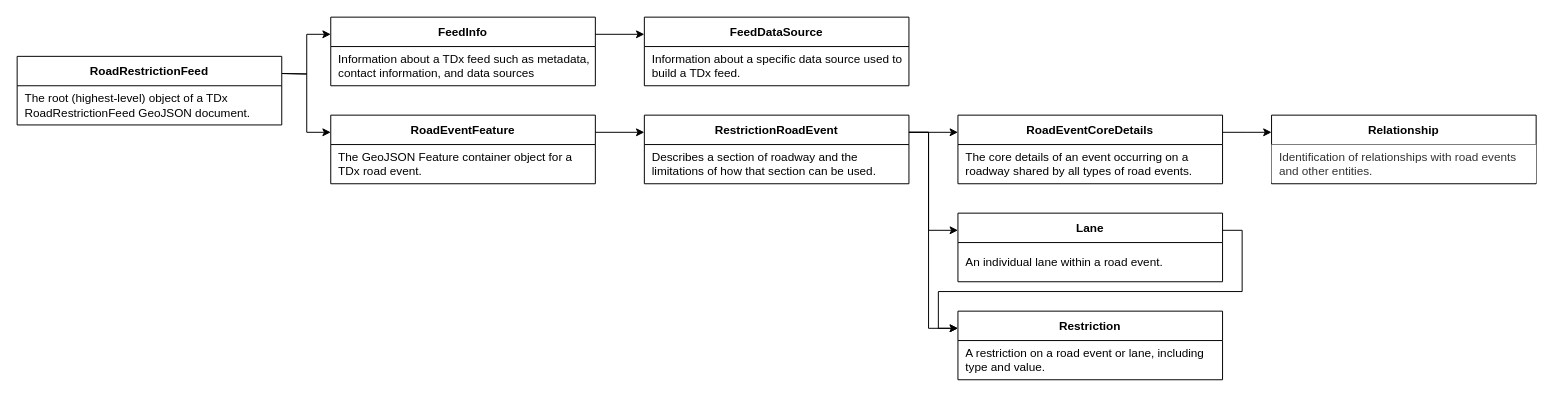
usdot-jpo-ode/TDx keeps this draw.io diagram as images/TDx_RoadRestrictionFeed_object_diagram.drawio. Above is the earlier version. Source tidied: cells renumbered, new cells numbered last; positions are measured from the earlier drawing's top-left corner, leaving out a move shared by most shapes. Both pictures are drawn from the tidied source at 98%, with x=0, y=0 at pixel (17, 17).
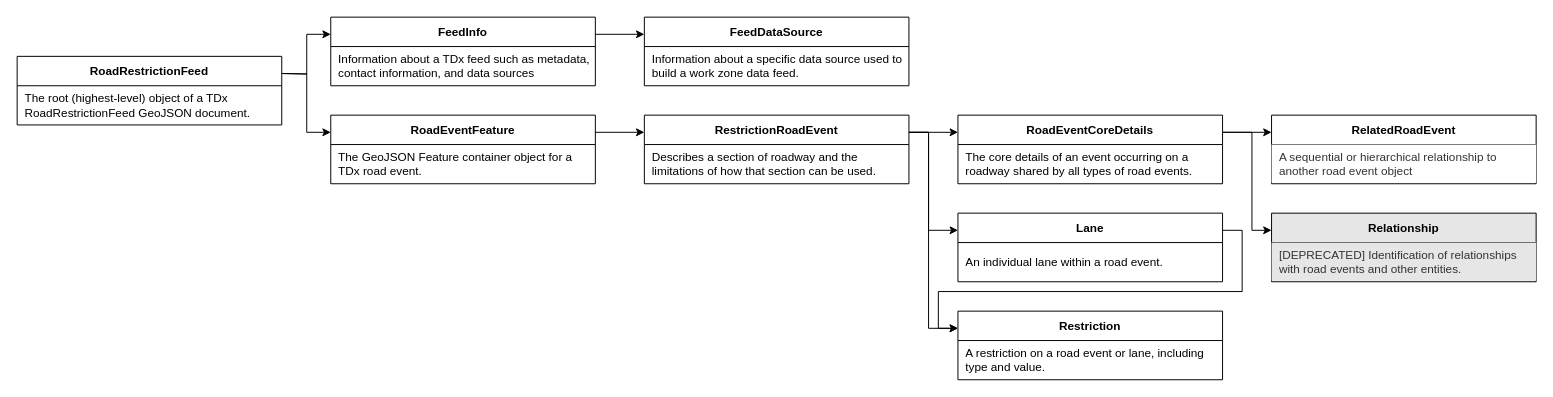
The same diagram, later.

Unchanged cells that the change refers to:
```xml
<mxCell id="11" style="shape=partialRectangle;fillColor=none;top=0;left=0;right=0;bottom=0;" parent="10" vertex="1">
  <mxGeometry y="30" width="270" height="39" as="geometry" />
</mxCell>
<mxCell id="16" value="RoadEventCoreDetails" style="shape=table;startSize=30;childLayout=tableLayout;rowLines=0;fontStyle=1;align=center;" parent="1" vertex="1">
  <mxGeometry x="960" y="100" width="270" height="70" as="geometry" />
</mxCell>
<mxCell id="26" style="shape=partialRectangle;fillColor=none;top=0;left=0;right=0;bottom=0;" parent="25" vertex="1">
  <mxGeometry y="30" width="270" height="39" as="geometry" />
</mxCell>
```

What changed in the source:
```diff
@@
-    <mxCell id="12" value="Information about a specific data source used to build a TDx feed." style="shape=partialRectangle;overflow=hidden;top=0;left=0;bottom=0;right=0;align=left;spacingLeft=6;fontStyle=0;strokeColor=#d6b656;fillColor=none;whiteSpace=wrap;" parent="11" vertex="1">
+    <mxCell id="12" value="Information about a specific data source used to build a work zone data feed." style="shape=partialRectangle;overflow=hidden;top=0;left=0;bottom=0;right=0;align=left;spacingLeft=6;fontStyle=0;strokeColor=#d6b656;fillColor=none;whiteSpace=wrap;" parent="11" vertex="1">
       <mxGeometry width="270" height="39" as="geometry" />
     </mxCell>
@@
-    <mxCell id="25" value="Relationship" style="shape=table;startSize=30;childLayout=tableLayout;rowLines=0;fontStyle=1;align=center;fillColor=#FFFFFF;" parent="1" vertex="1">
+    <mxCell id="25" value="RelatedRoadEvent" style="shape=table;startSize=30;childLayout=tableLayout;rowLines=0;fontStyle=1;align=center;fillColor=#FFFFFF;" parent="1" vertex="1">
       <mxGeometry x="1280" y="100" width="270" height="70" as="geometry" />
     </mxCell>
@@
-    <mxCell id="27" value="Identification of relationships with road events and other entities." style="shape=partialRectangle;overflow=hidden;top=0;left=0;bottom=0;right=0;align=left;spacingLeft=6;fontStyle=0;strokeColor=#666666;fillColor=#FFFFFF;whiteSpace=wrap;fontColor=#333333;" parent="26" vertex="1">
+    <mxCell id="27" value="A sequential or hierarchical relationship to another road event object" style="shape=partialRectangle;overflow=hidden;top=0;left=0;bottom=0;right=0;align=left;spacingLeft=6;fontStyle=0;strokeColor=#666666;fillColor=#FFFFFF;whiteSpace=wrap;fontColor=#333333;" parent="26" vertex="1">
       <mxGeometry width="270" height="39" as="geometry" />
     </mxCell>
@@
+    <mxCell id="39" value="Relationship" style="shape=table;startSize=30;childLayout=tableLayout;rowLines=0;fontStyle=1;align=center;fillColor=#E6E6E6;" parent="1" vertex="1">
+      <mxGeometry x="1280" y="200" width="270" height="70" as="geometry" />
+    </mxCell>
+    <mxCell id="40" style="shape=partialRectangle;fillColor=none;top=0;left=0;right=0;bottom=0;" parent="39" vertex="1">
+      <mxGeometry y="30" width="270" height="39" as="geometry" />
+    </mxCell>
+    <mxCell id="41" value="[DEPRECATED] Identification of relationships with road events and other entities." style="shape=partialRectangle;overflow=hidden;top=0;left=0;bottom=0;right=0;align=left;spacingLeft=6;fontStyle=0;strokeColor=#666666;fillColor=#E6E6E6;whiteSpace=wrap;fontColor=#333333;" parent="40" vertex="1">
+      <mxGeometry width="270" height="39" as="geometry" />
+    </mxCell>
+    <mxCell id="42" style="edgeStyle=orthogonalEdgeStyle;rounded=0;jettySize=auto;html=1;exitX=1;exitY=0.25;exitDx=0;exitDy=0;entryX=0;entryY=0.25;entryDx=0;entryDy=0;endWidth=6.234491315136476;" parent="1" edge="1" source="16" target="39">
+      <mxGeometry relative="1" as="geometry">
+        <Array as="points">
+          <mxPoint x="1260" y="118" />
+          <mxPoint x="1260" y="218" />
+        </Array>
+      </mxGeometry>
+    </mxCell>
```
